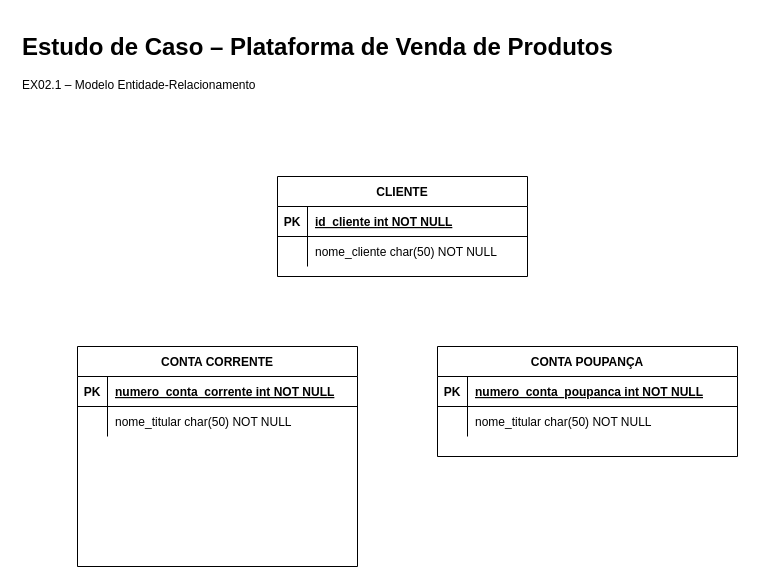
Before: ex02.1.drawio in castrokelly/-eEDB-013-2023-1, a draw.io diagram. Source tidied: cells renumbered, new cells numbered last; positions are measured from the earlier drawing's top-left corner, leaving out a move shared by most shapes. Both pictures are drawn from the tidied source at 100%, with x=0, y=0 at pixel (17, 27).
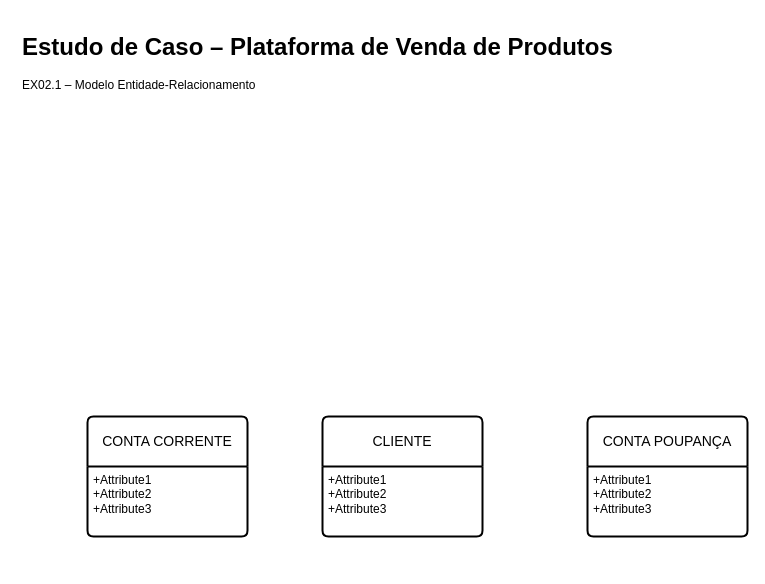
The same page after the edit.

What changed in the source:
```diff
@@
+    <mxCell id="9" value="&lt;h1&gt;Estudo de Caso – Plataforma de Venda de Produtos&lt;/h1&gt;&lt;p&gt;EX02.1 – Modelo Entidade-Relacionamento&lt;/p&gt;" style="text;html=1;strokeColor=none;fillColor=none;spacing=5;spacingTop=-20;whiteSpace=wrap;overflow=hidden;rounded=0;" parent="1" vertex="1">
+      <mxGeometry width="610" height="79" as="geometry" />
+    </mxCell>
-    <mxCell id="2" value="CLIENTE" style="shape=table;startSize=30;childLayout=tableLayout;rowLines=0;fontStyle=1;align=center;" parent="1" vertex="1">
-      <mxGeometry x="260" y="149" width="250" height="100" as="geometry" />
+    <mxCell id="2" value="CLIENTE" style="swimlane;horizontal=1;startSize=50;rounded=1;fontSize=14;fontStyle=0;strokeWidth=2;shadow=0;dashed=0;align=center;arcSize=4;whiteSpace=wrap;html=1;" parent="1" vertex="1">
+      <mxGeometry x="305" y="389" width="160" height="120" as="geometry" />
     </mxCell>
-    <mxCell id="3" style="shape=partialRectangle;fillColor=none;top=0;left=0;right=0;bottom=1;" parent="2" vertex="1">
-      <mxGeometry y="30" width="250" height="30" as="geometry" />
-    </mxCell>
-    <mxCell id="4" value="PK" style="shape=partialRectangle;overflow=hidden;fillColor=none;top=0;left=0;bottom=0;right=0;fontStyle=1;" parent="3" vertex="1">
-      <mxGeometry width="30" height="30" as="geometry" />
-    </mxCell>
-    <mxCell id="5" value="id_cliente int NOT NULL " style="shape=partialRectangle;overflow=hidden;fillColor=none;top=0;left=0;bottom=0;right=0;align=left;spacingLeft=6;fontStyle=5;" parent="3" vertex="1">
-      <mxGeometry x="30" width="220" height="30" as="geometry" />
-    </mxCell>
-    <mxCell id="6" style="shape=partialRectangle;fillColor=none;top=0;left=0;right=0;bottom=0;" parent="2" vertex="1">
-      <mxGeometry y="60" width="250" height="30" as="geometry" />
-    </mxCell>
-    <mxCell id="7" style="shape=partialRectangle;overflow=hidden;fillColor=none;top=0;left=0;bottom=0;right=0;" parent="6" vertex="1">
-      <mxGeometry width="30" height="30" as="geometry" />
-    </mxCell>
-    <mxCell id="8" value="nome_cliente char(50) NOT NULL" style="shape=partialRectangle;overflow=hidden;fillColor=none;top=0;left=0;bottom=0;right=0;align=left;spacingLeft=6;" parent="6" vertex="1">
-      <mxGeometry x="30" width="220" height="30" as="geometry" />
-    </mxCell>
-    <mxCell id="9" value="&lt;h1&gt;Estudo de Caso – Plataforma de Venda de Produtos&lt;/h1&gt;&lt;p&gt;EX02.1 – Modelo Entidade-Relacionamento&lt;/p&gt;" style="text;html=1;strokeColor=none;fillColor=none;spacing=5;spacingTop=-20;whiteSpace=wrap;overflow=hidden;rounded=0;" parent="1" vertex="1">
-      <mxGeometry width="610" height="79" as="geometry" />
-    </mxCell>
+    <mxCell id="24" value="+Attribute1&#10;+Attribute2&#10;+Attribute3" style="align=left;strokeColor=none;fillColor=none;spacingLeft=4;fontSize=12;verticalAlign=top;html=1;" parent="2" vertex="1">
+      <mxGeometry y="50" width="160" height="70" as="geometry" />
+    </mxCell>
-    <mxCell id="10" value="CONTA CORRENTE" style="shape=table;startSize=30;childLayout=tableLayout;rowLines=0;fontStyle=1;align=center;" parent="1" vertex="1">
-      <mxGeometry x="60" y="319" width="280" height="220" as="geometry" />
+    <mxCell id="10" value="CONTA CORRENTE" style="swimlane;horizontal=1;startSize=50;rounded=1;fontSize=14;fontStyle=0;strokeWidth=2;shadow=0;dashed=0;align=center;arcSize=4;whiteSpace=wrap;html=1;" parent="1" vertex="1">
+      <mxGeometry x="70" y="389" width="160" height="120" as="geometry" />
     </mxCell>
-    <mxCell id="11" style="shape=partialRectangle;fillColor=none;top=0;left=0;right=0;bottom=1;" parent="10" vertex="1">
-      <mxGeometry y="30" width="280" height="30" as="geometry" />
-    </mxCell>
-    <mxCell id="12" value="PK" style="shape=partialRectangle;overflow=hidden;fillColor=none;top=0;left=0;bottom=0;right=0;fontStyle=1;" parent="11" vertex="1">
-      <mxGeometry width="30" height="30" as="geometry" />
-    </mxCell>
-    <mxCell id="13" value="numero_conta_corrente int NOT NULL" style="shape=partialRectangle;overflow=hidden;fillColor=none;top=0;left=0;bottom=0;right=0;align=left;spacingLeft=6;fontStyle=5;" parent="11" vertex="1">
-      <mxGeometry x="30" width="250" height="30" as="geometry" />
-    </mxCell>
-    <mxCell id="14" style="shape=partialRectangle;fillColor=none;top=0;left=0;right=0;bottom=0;" parent="10" vertex="1">
-      <mxGeometry y="60" width="280" height="30" as="geometry" />
-    </mxCell>
-    <mxCell id="15" style="shape=partialRectangle;overflow=hidden;fillColor=none;top=0;left=0;bottom=0;right=0;" parent="14" vertex="1">
-      <mxGeometry width="30" height="30" as="geometry" />
-    </mxCell>
-    <mxCell id="16" value="nome_titular char(50) NOT NULL" style="shape=partialRectangle;overflow=hidden;fillColor=none;top=0;left=0;bottom=0;right=0;align=left;spacingLeft=6;" parent="14" vertex="1">
-      <mxGeometry x="30" width="250" height="30" as="geometry" />
-    </mxCell>
+    <mxCell id="25" value="+Attribute1&#10;+Attribute2&#10;+Attribute3" style="align=left;strokeColor=none;fillColor=none;spacingLeft=4;fontSize=12;verticalAlign=top;html=1;" parent="10" vertex="1">
+      <mxGeometry y="50" width="160" height="70" as="geometry" />
+    </mxCell>
-    <mxCell id="17" value="CONTA POUPANÇA" style="shape=table;startSize=30;childLayout=tableLayout;rowLines=0;fontStyle=1;align=center;" parent="1" vertex="1">
-      <mxGeometry x="420" y="319" width="300" height="110" as="geometry" />
+    <mxCell id="17" value="CONTA POUPANÇA" style="swimlane;horizontal=1;startSize=50;rounded=1;fontSize=14;fontStyle=0;strokeWidth=2;shadow=0;dashed=0;align=center;arcSize=4;whiteSpace=wrap;html=1;" parent="1" vertex="1">
+      <mxGeometry x="570" y="389" width="160" height="120" as="geometry" />
     </mxCell>
-    <mxCell id="18" style="shape=partialRectangle;fillColor=none;top=0;left=0;right=0;bottom=1;" parent="17" vertex="1">
-      <mxGeometry y="30" width="300" height="30" as="geometry" />
-    </mxCell>
-    <mxCell id="19" value="PK" style="shape=partialRectangle;overflow=hidden;fillColor=none;top=0;left=0;bottom=0;right=0;fontStyle=1;" parent="18" vertex="1">
-      <mxGeometry width="30" height="30" as="geometry" />
-    </mxCell>
-    <mxCell id="20" value="numero_conta_poupanca int NOT NULL" style="shape=partialRectangle;overflow=hidden;fillColor=none;top=0;left=0;bottom=0;right=0;align=left;spacingLeft=6;fontStyle=5;" parent="18" vertex="1">
-      <mxGeometry x="30" width="270" height="30" as="geometry" />
-    </mxCell>
-    <mxCell id="21" style="shape=partialRectangle;fillColor=none;top=0;left=0;right=0;bottom=0;" parent="17" vertex="1">
-      <mxGeometry y="60" width="300" height="30" as="geometry" />
-    </mxCell>
-    <mxCell id="22" style="shape=partialRectangle;overflow=hidden;fillColor=none;top=0;left=0;bottom=0;right=0;" parent="21" vertex="1">
-      <mxGeometry width="30" height="30" as="geometry" />
-    </mxCell>
-    <mxCell id="23" value="nome_titular char(50) NOT NULL" style="shape=partialRectangle;overflow=hidden;fillColor=none;top=0;left=0;bottom=0;right=0;align=left;spacingLeft=6;" parent="21" vertex="1">
-      <mxGeometry x="30" width="270" height="30" as="geometry" />
-    </mxCell>
+    <mxCell id="26" value="+Attribute1&#10;+Attribute2&#10;+Attribute3" style="align=left;strokeColor=none;fillColor=none;spacingLeft=4;fontSize=12;verticalAlign=top;html=1;" parent="17" vertex="1">
+      <mxGeometry y="50" width="160" height="70" as="geometry" />
+    </mxCell>
```
